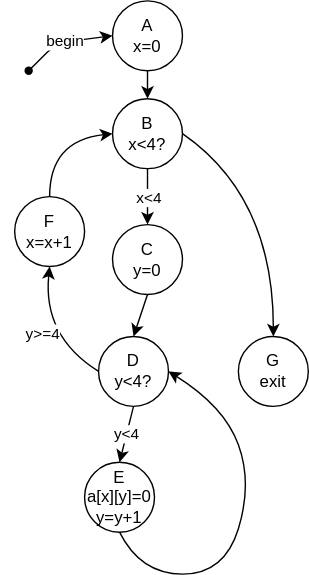
This is testcase1-example-for-WTO-cfg.svg from JoelYYoung/pics, a draw.io export, as it was before one commit. Source tidied: cells renumbered, new cells last; positions are measured from the earlier drawing's top-left corner, leaving out a move shared by most shapes.
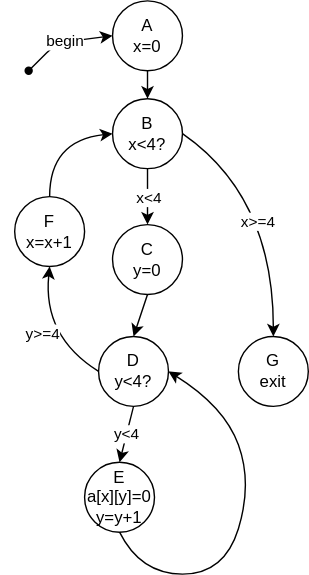
The same file after the commit.

Diff of the diagram source:
```diff
@@ -84,5 +84,8 @@
         </Array>
       </mxGeometry>
     </mxCell>
+    <mxCell id="21" value="x&amp;gt;=4" style="edgeLabel;html=1;align=center;verticalAlign=middle;" parent="20" vertex="1">
+      <mxGeometry x="0.08" y="-12" relative="1" as="geometry" />
+    </mxCell>
   </root>
 </mxGraphModel>
```
